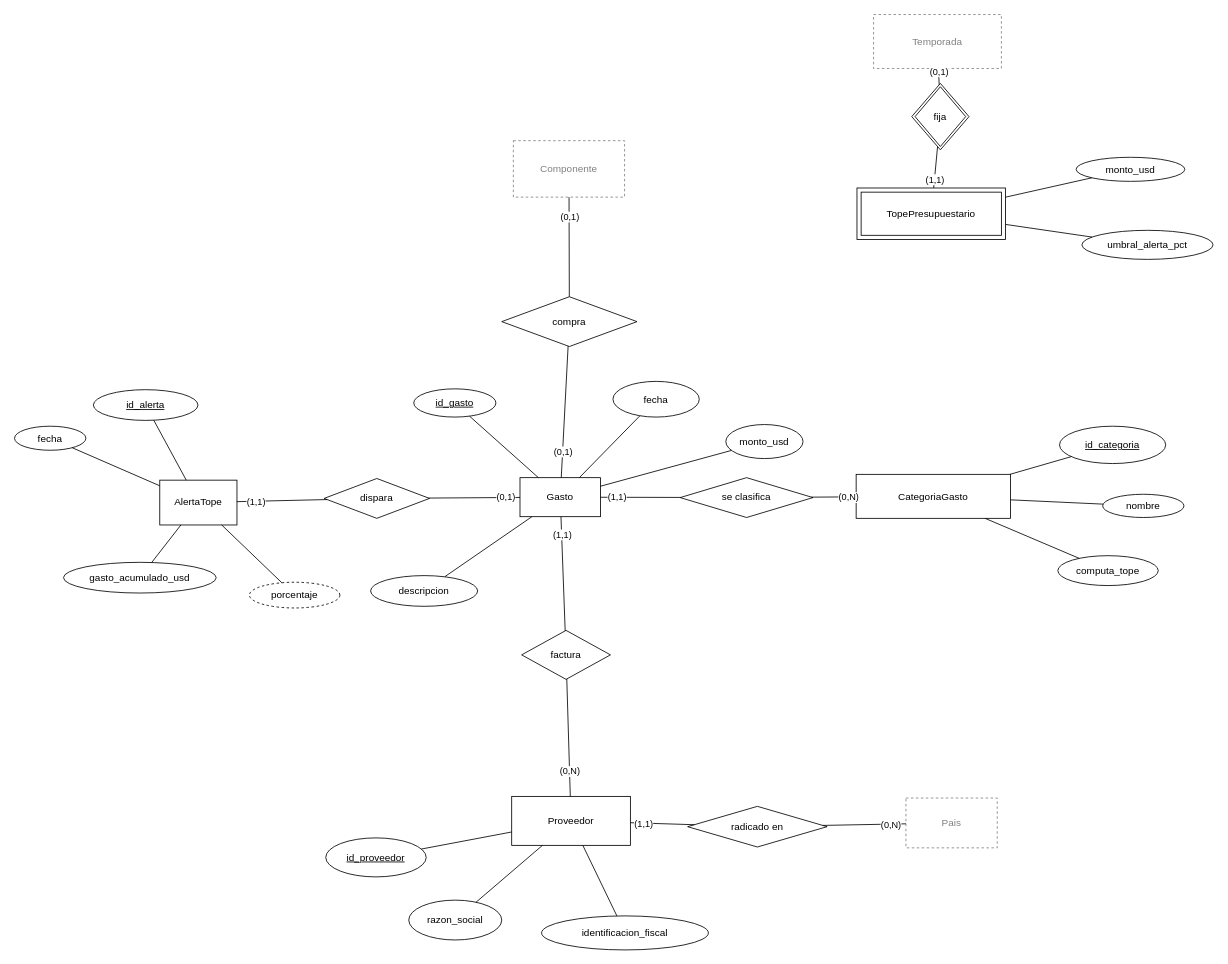
Before: page "Finanzas" (5 of 5) of doc/der/der.drawio in jpsam4/Formula-1-IngDatos, a draw.io diagram. Source tidied: cells renumbered, new cells numbered last; positions are measured from the earlier drawing's top-left corner, leaving out a move shared by most shapes. Both pictures are drawn from the tidied source at 83%, with x=0, y=0 at pixel (14, 14).
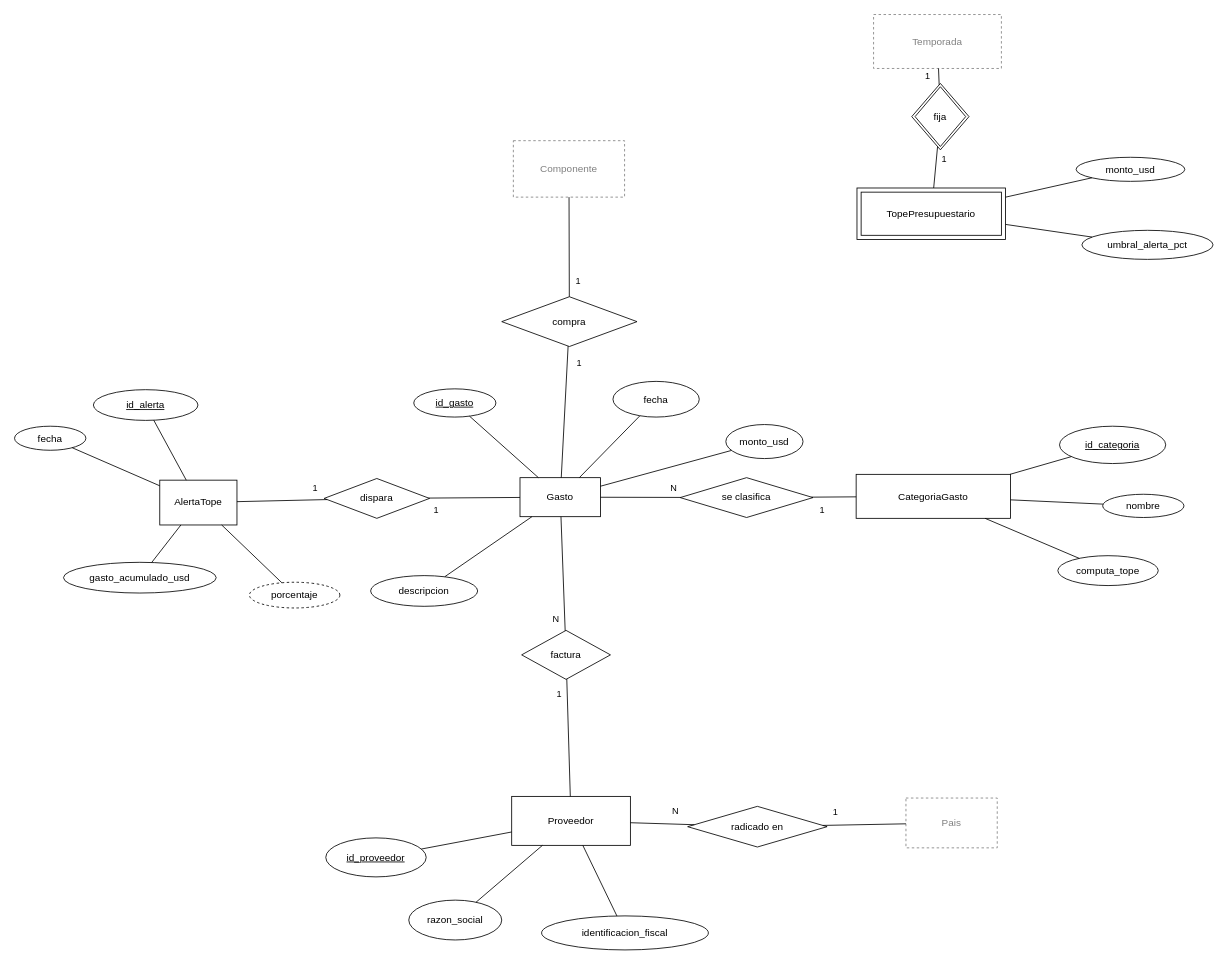
The same diagram, later.

The change refers to these unchanged cells:
```xml
<mxCell id="13" style="endArrow=none;html=1;rounded=0;" parent="1" edge="1" source="12" target="11">
  <mxGeometry relative="1" as="geometry" />
</mxCell>
<mxCell id="15" style="endArrow=none;html=1;rounded=0;" parent="1" edge="1" source="12" target="2">
  <mxGeometry relative="1" as="geometry" />
</mxCell>
<mxCell id="25" style="endArrow=none;html=1;rounded=0;" parent="1" edge="1" source="24" target="2">
  <mxGeometry relative="1" as="geometry" />
</mxCell>
<mxCell id="27" style="endArrow=none;html=1;rounded=0;" parent="1" edge="1" source="24" target="17">
  <mxGeometry relative="1" as="geometry" />
</mxCell>
<mxCell id="37" style="endArrow=none;html=1;rounded=0;" parent="1" edge="1" source="36" target="2">
  <mxGeometry relative="1" as="geometry" />
</mxCell>
<mxCell id="39" style="endArrow=none;html=1;rounded=0;" parent="1" edge="1" source="36" target="29">
  <mxGeometry relative="1" as="geometry" />
</mxCell>
<mxCell id="43" style="endArrow=none;html=1;rounded=0;" parent="1" edge="1" source="42" target="29">
  <mxGeometry relative="1" as="geometry" />
</mxCell>
<mxCell id="45" style="endArrow=none;html=1;rounded=0;" parent="1" edge="1" source="42" target="41">
  <mxGeometry relative="1" as="geometry" />
</mxCell>
<mxCell id="57" style="endArrow=none;html=1;rounded=0;" parent="1" edge="1" source="56" target="2">
  <mxGeometry relative="1" as="geometry" />
</mxCell>
<mxCell id="59" style="endArrow=none;html=1;rounded=0;" parent="1" edge="1" source="56" target="47">
  <mxGeometry relative="1" as="geometry" />
</mxCell>
<mxCell id="68" style="endArrow=none;html=1;rounded=0;" parent="1" edge="1" source="67" target="66">
  <mxGeometry relative="1" as="geometry" />
</mxCell>
<mxCell id="70" style="endArrow=none;html=1;rounded=0;" parent="1" edge="1" source="67" target="61">
  <mxGeometry relative="1" as="geometry" />
</mxCell>
```

What changed in the source:
```diff
@@
-    <mxCell id="14" value="(0,1)" style="edgeLabel;html=1;align=center;verticalAlign=middle;labelBackgroundColor=#ffffff;" parent="13" vertex="1">
-      <mxGeometry x="0.61" relative="1" as="geometry" />
+    <mxCell id="14" value="1" style="text;html=1;align=center;verticalAlign=middle;fontSize=11;" parent="1" vertex="1">
+      <mxGeometry x="671" y="313" width="16" height="16" as="geometry" />
     </mxCell>
@@
-    <mxCell id="16" value="(0,1)" style="edgeLabel;html=1;align=center;verticalAlign=middle;labelBackgroundColor=#ffffff;" parent="15" vertex="1">
-      <mxGeometry x="0.6" relative="1" as="geometry" />
+    <mxCell id="16" value="1" style="text;html=1;align=center;verticalAlign=middle;fontSize=11;" parent="1" vertex="1">
+      <mxGeometry x="672" y="412" width="16" height="16" as="geometry" />
     </mxCell>
@@
-    <mxCell id="26" value="(1,1)" style="edgeLabel;html=1;align=center;verticalAlign=middle;labelBackgroundColor=#ffffff;" parent="25" vertex="1">
-      <mxGeometry x="0.59" relative="1" as="geometry" />
+    <mxCell id="26" value="N" style="text;html=1;align=center;verticalAlign=middle;fontSize=11;" parent="1" vertex="1">
+      <mxGeometry x="786" y="562" width="16" height="16" as="geometry" />
     </mxCell>
@@
-    <mxCell id="28" value="(0,N)" style="edgeLabel;html=1;align=center;verticalAlign=middle;labelBackgroundColor=#ffffff;" parent="27" vertex="1">
-      <mxGeometry x="0.64" relative="1" as="geometry" />
+    <mxCell id="28" value="1" style="text;html=1;align=center;verticalAlign=middle;fontSize=11;" parent="1" vertex="1">
+      <mxGeometry x="965" y="589" width="16" height="16" as="geometry" />
     </mxCell>
@@
-    <mxCell id="38" value="(1,1)" style="edgeLabel;html=1;align=center;verticalAlign=middle;labelBackgroundColor=#ffffff;" parent="37" vertex="1">
-      <mxGeometry x="0.68" relative="1" as="geometry" />
+    <mxCell id="38" value="N" style="text;html=1;align=center;verticalAlign=middle;fontSize=11;" parent="1" vertex="1">
+      <mxGeometry x="644" y="721" width="16" height="16" as="geometry" />
     </mxCell>
@@
-    <mxCell id="40" value="(0,N)" style="edgeLabel;html=1;align=center;verticalAlign=middle;labelBackgroundColor=#ffffff;" parent="39" vertex="1">
-      <mxGeometry x="0.57" relative="1" as="geometry" />
+    <mxCell id="40" value="1" style="text;html=1;align=center;verticalAlign=middle;fontSize=11;" parent="1" vertex="1">
+      <mxGeometry x="648" y="811" width="16" height="16" as="geometry" />
     </mxCell>
@@
-    <mxCell id="44" value="(1,1)" style="edgeLabel;html=1;align=center;verticalAlign=middle;labelBackgroundColor=#ffffff;" parent="43" vertex="1">
-      <mxGeometry x="0.6" relative="1" as="geometry" />
+    <mxCell id="44" value="N" style="text;html=1;align=center;verticalAlign=middle;fontSize=11;" parent="1" vertex="1">
+      <mxGeometry x="788" y="952" width="16" height="16" as="geometry" />
     </mxCell>
@@
-    <mxCell id="46" value="(0,N)" style="edgeLabel;html=1;align=center;verticalAlign=middle;labelBackgroundColor=#ffffff;" parent="45" vertex="1">
-      <mxGeometry x="0.63" relative="1" as="geometry" />
+    <mxCell id="46" value="1" style="text;html=1;align=center;verticalAlign=middle;fontSize=11;" parent="1" vertex="1">
+      <mxGeometry x="981" y="953" width="16" height="16" as="geometry" />
     </mxCell>
@@
-    <mxCell id="58" value="(0,1)" style="edgeLabel;html=1;align=center;verticalAlign=middle;labelBackgroundColor=#ffffff;" parent="57" vertex="1">
-      <mxGeometry x="0.68" relative="1" as="geometry" />
+    <mxCell id="58" value="1" style="text;html=1;align=center;verticalAlign=middle;fontSize=11;" parent="1" vertex="1">
+      <mxGeometry x="500" y="589" width="16" height="16" as="geometry" />
     </mxCell>
@@
-    <mxCell id="60" value="(1,1)" style="edgeLabel;html=1;align=center;verticalAlign=middle;labelBackgroundColor=#ffffff;" parent="59" vertex="1">
-      <mxGeometry x="0.58" relative="1" as="geometry" />
+    <mxCell id="60" value="1" style="text;html=1;align=center;verticalAlign=middle;fontSize=11;" parent="1" vertex="1">
+      <mxGeometry x="354" y="562" width="16" height="16" as="geometry" />
     </mxCell>
@@
-    <mxCell id="69" value="(0,1)" style="edgeLabel;html=1;align=center;verticalAlign=middle;labelBackgroundColor=#ffffff;" parent="68" vertex="1">
-      <mxGeometry x="0.61" relative="1" as="geometry" />
+    <mxCell id="69" value="1" style="text;html=1;align=center;verticalAlign=middle;fontSize=11;" parent="1" vertex="1">
+      <mxGeometry x="1092" y="66" width="16" height="16" as="geometry" />
     </mxCell>
@@
-    <mxCell id="71" value="(1,1)" style="edgeLabel;html=1;align=center;verticalAlign=middle;labelBackgroundColor=#ffffff;" parent="70" vertex="1">
-      <mxGeometry x="0.59" relative="1" as="geometry" />
+    <mxCell id="71" value="1" style="text;html=1;align=center;verticalAlign=middle;fontSize=11;" parent="1" vertex="1">
+      <mxGeometry x="1112" y="166" width="16" height="16" as="geometry" />
     </mxCell>
```
